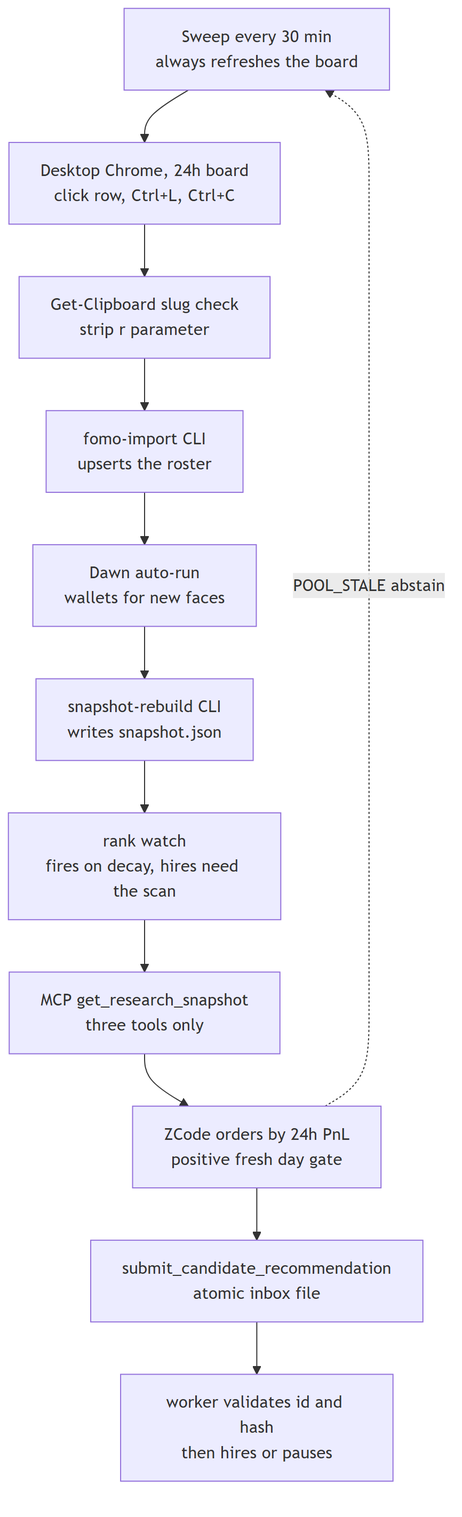
Before: docs/images/research-pipeline.png, a diagram exported from Mermaid (RuneL89/zcode-copytrade-bot). Its source is kept beside it as docs/diagrams/research-pipeline.mmd.
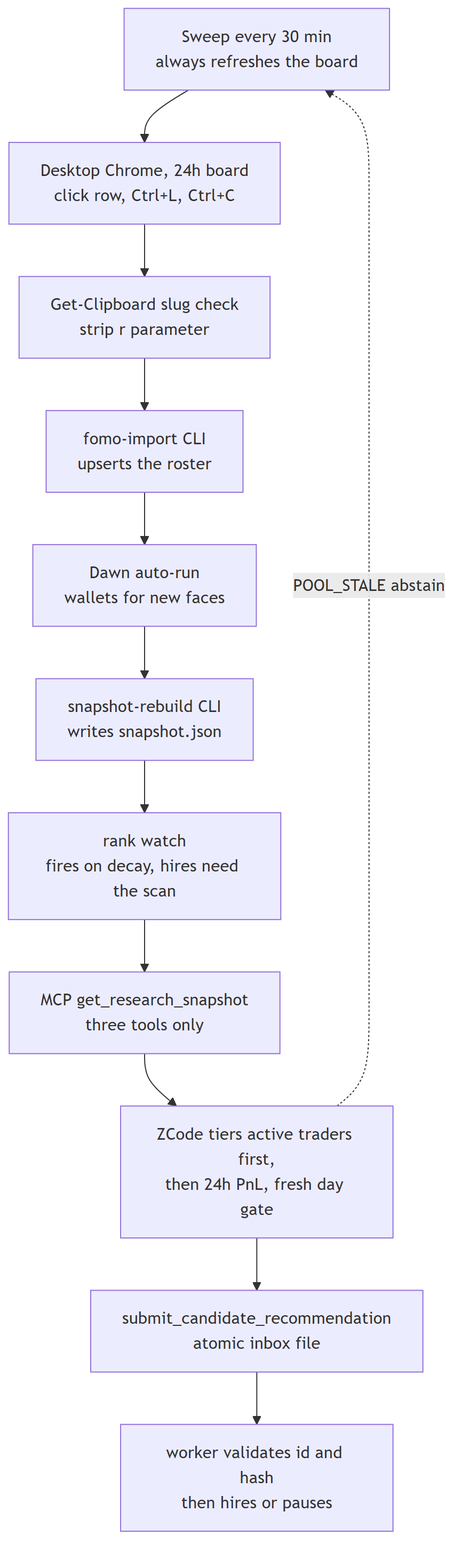
The same file after the commit.

What changed in the source:
```diff
@@ -6,7 +6,7 @@
     F --> G["snapshot-rebuild CLI<br/>writes snapshot.json"]
     G --> R["rank watch<br/>fires on decay, hires need the scan"]
     R --> H["MCP get_research_snapshot<br/>three tools only"]
-    H --> I["ZCode orders by 24h PnL<br/>positive fresh day gate"]
+    H --> I["ZCode tiers active traders first,<br/>then 24h PnL, fresh day gate"]
     I --> J["submit_candidate_recommendation<br/>atomic inbox file"]
     J --> K["worker validates id and hash<br/>then hires or pauses"]
     I -.->|POOL_STALE abstain| A
```
